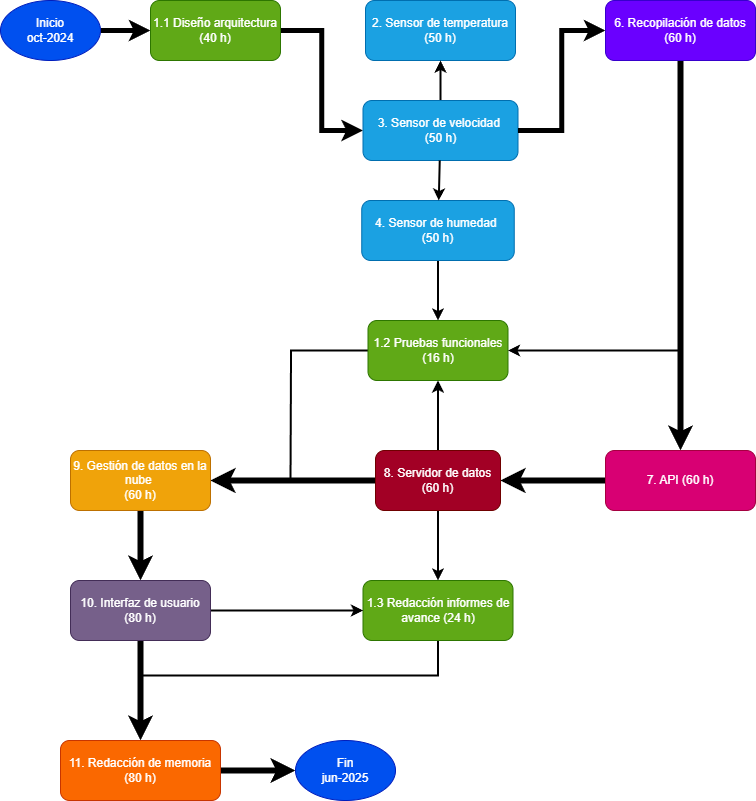
vazquez-agustin/GdP_Vazquez_Workspace keeps this draw.io diagram as Figuras/AoN_project.png. Above is the earlier version. Source tidied: cells renumbered, new cells last; positions are measured from the earlier drawing's top-left corner, leaving out a move shared by most shapes.
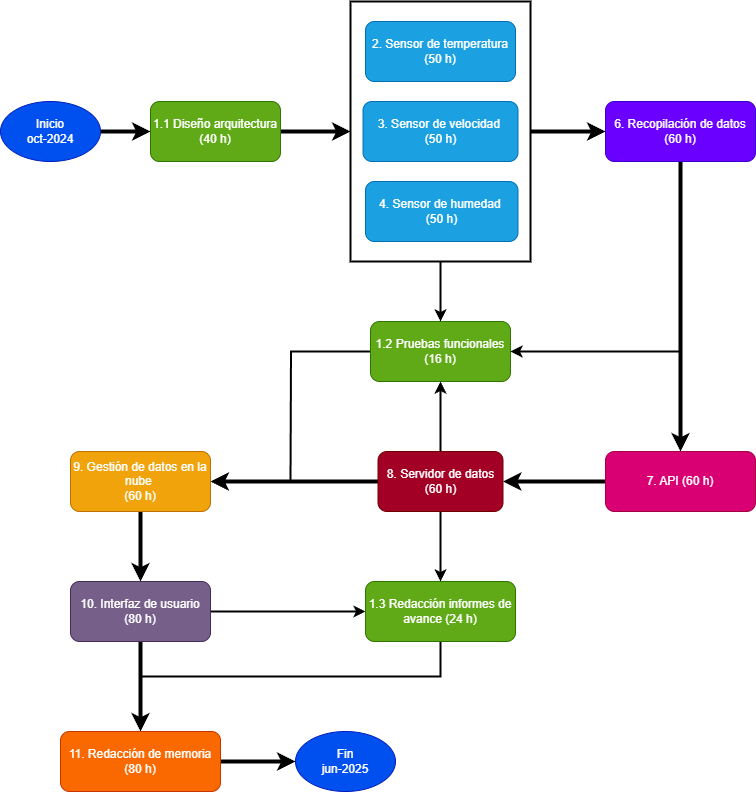
Above is the later version.

The edit, as a diff of the source:
```diff
@@ -2,17 +2,17 @@
   <root>
     <mxCell id="0" />
     <mxCell id="1" parent="0" />
-    <mxCell id="2" style="edgeStyle=orthogonalEdgeStyle;rounded=0;jettySize=auto;html=1;exitX=1;exitY=0.5;exitDx=0;exitDy=0;entryX=0;entryY=0.5;entryDx=0;entryDy=0;strokeWidth=5;" parent="1" edge="1" source="3" target="5">
+    <mxCell id="2" style="edgeStyle=orthogonalEdgeStyle;rounded=0;jettySize=auto;html=1;exitX=1;exitY=0.5;exitDx=0;exitDy=0;entryX=0;entryY=0.5;entryDx=0;entryDy=0;strokeWidth=4;" parent="1" edge="1" source="3" target="5">
       <mxGeometry relative="1" as="geometry" />
     </mxCell>
     <mxCell id="3" value="Inicio&lt;div&gt;oct-2024&lt;/div&gt;" style="ellipse;whiteSpace=wrap;html=1;fillColor=#0050ef;fontColor=#ffffff;strokeColor=#001DBC;" parent="1" vertex="1">
-      <mxGeometry width="100" height="60" as="geometry" />
+      <mxGeometry y="100" width="100" height="60" as="geometry" />
     </mxCell>
-    <mxCell id="4" style="edgeStyle=orthogonalEdgeStyle;rounded=0;jettySize=auto;html=1;exitX=1;exitY=0.5;exitDx=0;exitDy=0;entryX=0;entryY=0.5;entryDx=0;entryDy=0;strokeWidth=5;" parent="1" edge="1" source="5" target="12">
-      <mxGeometry relative="1" as="geometry" />
-    </mxCell>
+    <mxCell id="34" style="edgeStyle=orthogonalEdgeStyle;rounded=0;jettySize=auto;html=1;exitX=1;exitY=0.5;exitDx=0;exitDy=0;entryX=0;entryY=0.5;entryDx=0;entryDy=0;strokeWidth=4;" parent="1" edge="1" source="5" target="37">
+      <mxGeometry relative="1" as="geometry" />
+    </mxCell>
     <mxCell id="5" value="1.1 Diseño arquitectura (40 h)" style="rounded=1;whiteSpace=wrap;html=1;fillColor=#60a917;fontColor=#ffffff;strokeColor=#2D7600;" parent="1" vertex="1">
-      <mxGeometry x="150" width="130" height="60" as="geometry" />
+      <mxGeometry x="150" y="100" width="130" height="60" as="geometry" />
     </mxCell>
     <mxCell id="6" style="edgeStyle=orthogonalEdgeStyle;rounded=0;jettySize=auto;html=1;exitX=0;exitY=0.5;exitDx=0;exitDy=0;endArrow=baseDash;endFill=0;strokeWidth=2;" parent="1" edge="1" source="7">
       <mxGeometry relative="1" as="geometry">
@@ -20,7 +20,7 @@
       </mxGeometry>
     </mxCell>
     <mxCell id="7" value="1.2 Pruebas funcionales (16 h)" style="rounded=1;whiteSpace=wrap;html=1;fillColor=#60a917;fontColor=#ffffff;strokeColor=#2D7600;" parent="1" vertex="1">
-      <mxGeometry x="367.5" y="320" width="140" height="60" as="geometry" />
+      <mxGeometry x="370" y="320" width="140" height="60" as="geometry" />
     </mxCell>
     <mxCell id="8" style="edgeStyle=orthogonalEdgeStyle;rounded=0;jettySize=auto;html=1;exitX=0.5;exitY=1;exitDx=0;exitDy=0;endArrow=oval;endFill=1;endSize=0;strokeWidth=2;startSize=7;" parent="1" edge="1" source="9">
       <mxGeometry relative="1" as="geometry">
@@ -28,36 +28,27 @@
       </mxGeometry>
     </mxCell>
     <mxCell id="9" value="1.3 Redacción informes de avance (24 h)" style="rounded=1;whiteSpace=wrap;html=1;fillColor=#60a917;fontColor=#ffffff;strokeColor=#2D7600;" parent="1" vertex="1">
-      <mxGeometry x="362.5" y="580" width="150" height="60" as="geometry" />
+      <mxGeometry x="365" y="580" width="150" height="60" as="geometry" />
     </mxCell>
     <mxCell id="10" value="2. Sensor de temperatura (50 h)" style="rounded=1;whiteSpace=wrap;html=1;fillColor=#1ba1e2;fontColor=#ffffff;strokeColor=#006EAF;" parent="1" vertex="1">
-      <mxGeometry x="365" width="150" height="60" as="geometry" />
+      <mxGeometry x="365" y="20" width="150" height="60" as="geometry" />
     </mxCell>
-    <mxCell id="11" style="edgeStyle=orthogonalEdgeStyle;rounded=0;jettySize=auto;html=1;exitX=0.5;exitY=0;exitDx=0;exitDy=0;entryX=0.5;entryY=1;entryDx=0;entryDy=0;strokeWidth=2;" parent="1" edge="1" source="12" target="10">
-      <mxGeometry relative="1" as="geometry" />
-    </mxCell>
     <mxCell id="12" value="3. Sensor de velocidad&amp;nbsp;&lt;div&gt;(50 h)&lt;/div&gt;" style="rounded=1;whiteSpace=wrap;html=1;fillColor=#1ba1e2;fontColor=#ffffff;strokeColor=#006EAF;" parent="1" vertex="1">
       <mxGeometry x="362.5" y="100" width="155" height="60" as="geometry" />
     </mxCell>
-    <mxCell id="13" style="edgeStyle=orthogonalEdgeStyle;rounded=0;jettySize=auto;html=1;exitX=0.5;exitY=1;exitDx=0;exitDy=0;entryX=0.5;entryY=0;entryDx=0;entryDy=0;strokeWidth=2;" parent="1" edge="1" source="15" target="7">
-      <mxGeometry relative="1" as="geometry" />
-    </mxCell>
-    <mxCell id="14" style="edgeStyle=orthogonalEdgeStyle;rounded=0;jettySize=auto;html=1;exitX=1;exitY=0.5;exitDx=0;exitDy=0;entryX=0;entryY=0.5;entryDx=0;entryDy=0;strokeWidth=5;" parent="1" edge="1" source="12" target="18">
-      <mxGeometry relative="1" as="geometry" />
-    </mxCell>
     <mxCell id="15" value="4. Sensor de humedad&amp;nbsp;&lt;div&gt;(50 h)&lt;/div&gt;" style="rounded=1;whiteSpace=wrap;html=1;fillColor=#1ba1e2;fontColor=#ffffff;strokeColor=#006EAF;" parent="1" vertex="1">
-      <mxGeometry x="361.2" y="200" width="152.5" height="60" as="geometry" />
+      <mxGeometry x="365" y="180" width="152.5" height="60" as="geometry" />
     </mxCell>
-    <mxCell id="16" style="edgeStyle=orthogonalEdgeStyle;rounded=0;jettySize=auto;html=1;exitX=0.5;exitY=1;exitDx=0;exitDy=0;entryX=0.5;entryY=0;entryDx=0;entryDy=0;strokeWidth=6;" parent="1" edge="1" source="18" target="20">
+    <mxCell id="16" style="edgeStyle=orthogonalEdgeStyle;rounded=0;jettySize=auto;html=1;exitX=0.5;exitY=1;exitDx=0;exitDy=0;entryX=0.5;entryY=0;entryDx=0;entryDy=0;strokeWidth=4;" parent="1" edge="1" source="18" target="20">
       <mxGeometry relative="1" as="geometry" />
     </mxCell>
     <mxCell id="17" style="edgeStyle=orthogonalEdgeStyle;rounded=0;jettySize=auto;html=1;exitX=0.5;exitY=1;exitDx=0;exitDy=0;entryX=1;entryY=0.5;entryDx=0;entryDy=0;strokeWidth=2;" parent="1" edge="1" source="18" target="7">
       <mxGeometry relative="1" as="geometry" />
     </mxCell>
     <mxCell id="18" value="6. Recopilación de datos (60 h)" style="rounded=1;whiteSpace=wrap;html=1;fillColor=#6a00ff;fontColor=#FFFFFF;strokeColor=#3700CC;" parent="1" vertex="1">
-      <mxGeometry x="605" width="150" height="60" as="geometry" />
+      <mxGeometry x="605" y="100" width="150" height="60" as="geometry" />
     </mxCell>
-    <mxCell id="19" style="edgeStyle=orthogonalEdgeStyle;rounded=0;jettySize=auto;html=1;exitX=0;exitY=0.5;exitDx=0;exitDy=0;entryX=1;entryY=0.5;entryDx=0;entryDy=0;strokeWidth=6;" parent="1" edge="1" source="20" target="24">
+    <mxCell id="19" style="edgeStyle=orthogonalEdgeStyle;rounded=0;jettySize=auto;html=1;exitX=0;exitY=0.5;exitDx=0;exitDy=0;entryX=1;entryY=0.5;entryDx=0;entryDy=0;strokeWidth=4;" parent="1" edge="1" source="20" target="24">
       <mxGeometry relative="1" as="geometry" />
     </mxCell>
     <mxCell id="20" value="7. API (60 h)" style="rounded=1;whiteSpace=wrap;html=1;fillColor=#d80073;fontColor=#ffffff;strokeColor=#A50040;" parent="1" vertex="1">
@@ -66,16 +57,16 @@
     <mxCell id="21" style="edgeStyle=orthogonalEdgeStyle;rounded=0;jettySize=auto;html=1;exitX=0.5;exitY=0;exitDx=0;exitDy=0;entryX=0.5;entryY=1;entryDx=0;entryDy=0;strokeWidth=2;" parent="1" edge="1" source="24" target="7">
       <mxGeometry relative="1" as="geometry" />
     </mxCell>
-    <mxCell id="22" style="edgeStyle=orthogonalEdgeStyle;rounded=0;jettySize=auto;html=1;exitX=0;exitY=0.5;exitDx=0;exitDy=0;entryX=1;entryY=0.5;entryDx=0;entryDy=0;strokeWidth=6;" parent="1" edge="1" source="24" target="26">
+    <mxCell id="22" style="edgeStyle=orthogonalEdgeStyle;rounded=0;jettySize=auto;html=1;exitX=0;exitY=0.5;exitDx=0;exitDy=0;entryX=1;entryY=0.5;entryDx=0;entryDy=0;strokeWidth=4;" parent="1" edge="1" source="24" target="26">
       <mxGeometry relative="1" as="geometry" />
     </mxCell>
     <mxCell id="23" style="edgeStyle=orthogonalEdgeStyle;rounded=0;jettySize=auto;html=1;exitX=0.5;exitY=1;exitDx=0;exitDy=0;entryX=0.5;entryY=0;entryDx=0;entryDy=0;strokeWidth=2;" parent="1" edge="1" source="24" target="9">
       <mxGeometry relative="1" as="geometry" />
     </mxCell>
     <mxCell id="24" value="8. Servidor de datos (60 h)" style="rounded=1;whiteSpace=wrap;html=1;fillColor=#a20025;fontColor=#ffffff;strokeColor=#6F0000;" parent="1" vertex="1">
-      <mxGeometry x="375" y="450" width="125" height="60" as="geometry" />
+      <mxGeometry x="377.5" y="450" width="125" height="60" as="geometry" />
     </mxCell>
-    <mxCell id="25" style="edgeStyle=orthogonalEdgeStyle;rounded=0;jettySize=auto;html=1;exitX=0.5;exitY=1;exitDx=0;exitDy=0;entryX=0.5;entryY=0;entryDx=0;entryDy=0;strokeWidth=6;" parent="1" edge="1" source="26" target="29">
+    <mxCell id="25" style="edgeStyle=orthogonalEdgeStyle;rounded=0;jettySize=auto;html=1;exitX=0.5;exitY=1;exitDx=0;exitDy=0;entryX=0.5;entryY=0;entryDx=0;entryDy=0;strokeWidth=4;" parent="1" edge="1" source="26" target="29">
       <mxGeometry relative="1" as="geometry" />
     </mxCell>
     <mxCell id="26" value="9. Gestión de datos en la nube&amp;nbsp;&lt;div&gt;(60 h)&lt;/div&gt;" style="rounded=1;whiteSpace=wrap;html=1;fillColor=#f0a30a;strokeColor=#BD7000;fontColor=#FFFFFF;" parent="1" vertex="1">
@@ -84,23 +75,29 @@
     <mxCell id="27" style="edgeStyle=orthogonalEdgeStyle;rounded=0;jettySize=auto;html=1;exitX=1;exitY=0.5;exitDx=0;exitDy=0;entryX=0;entryY=0.5;entryDx=0;entryDy=0;strokeWidth=2;" parent="1" edge="1" source="29" target="9">
       <mxGeometry relative="1" as="geometry" />
     </mxCell>
-    <mxCell id="28" style="edgeStyle=orthogonalEdgeStyle;rounded=0;jettySize=auto;html=1;exitX=0.5;exitY=1;exitDx=0;exitDy=0;entryX=0.5;entryY=0;entryDx=0;entryDy=0;strokeWidth=6;" parent="1" edge="1" source="29" target="31">
+    <mxCell id="28" style="edgeStyle=orthogonalEdgeStyle;rounded=0;jettySize=auto;html=1;exitX=0.5;exitY=1;exitDx=0;exitDy=0;entryX=0.5;entryY=0;entryDx=0;entryDy=0;strokeWidth=4;" parent="1" edge="1" source="29" target="31">
       <mxGeometry relative="1" as="geometry" />
     </mxCell>
     <mxCell id="29" value="10. Interfaz de usuario (80 h)" style="rounded=1;whiteSpace=wrap;html=1;fillColor=#76608a;fontColor=#ffffff;strokeColor=#432D57;" parent="1" vertex="1">
       <mxGeometry x="70" y="580" width="140" height="60" as="geometry" />
     </mxCell>
-    <mxCell id="30" style="edgeStyle=orthogonalEdgeStyle;rounded=0;jettySize=auto;html=1;exitX=1;exitY=0.5;exitDx=0;exitDy=0;entryX=0;entryY=0.5;entryDx=0;entryDy=0;strokeWidth=6;" parent="1" edge="1" source="31" target="32">
+    <mxCell id="30" style="edgeStyle=orthogonalEdgeStyle;rounded=0;jettySize=auto;html=1;exitX=1;exitY=0.5;exitDx=0;exitDy=0;entryX=0;entryY=0.5;entryDx=0;entryDy=0;strokeWidth=4;" parent="1" edge="1" source="31" target="32">
       <mxGeometry relative="1" as="geometry" />
     </mxCell>
     <mxCell id="31" value="11. Redacción de memoria (80 h)" style="rounded=1;whiteSpace=wrap;html=1;fillColor=#fa6800;fontColor=#FFFFFF;strokeColor=#C73500;" parent="1" vertex="1">
-      <mxGeometry x="60" y="740" width="160" height="60" as="geometry" />
+      <mxGeometry x="60" y="730" width="160" height="60" as="geometry" />
     </mxCell>
     <mxCell id="32" value="Fin&lt;div&gt;jun-2025&lt;/div&gt;" style="ellipse;whiteSpace=wrap;html=1;fillColor=#0050ef;fontColor=#ffffff;strokeColor=#001DBC;" parent="1" vertex="1">
-      <mxGeometry x="295" y="740" width="100" height="60" as="geometry" />
+      <mxGeometry x="295" y="730" width="100" height="60" as="geometry" />
     </mxCell>
-    <mxCell id="33" style="strokeWidth=2;" parent="1" edge="1" source="12" target="15">
-      <mxGeometry relative="1" as="geometry" />
-    </mxCell>
+    <mxCell id="35" style="edgeStyle=orthogonalEdgeStyle;rounded=0;jettySize=auto;html=1;exitX=1;exitY=0.5;exitDx=0;exitDy=0;entryX=0;entryY=0.5;entryDx=0;entryDy=0;strokeWidth=4;" parent="1" edge="1" source="37" target="18">
+      <mxGeometry relative="1" as="geometry" />
+    </mxCell>
+    <mxCell id="36" style="edgeStyle=orthogonalEdgeStyle;rounded=0;jettySize=auto;html=1;exitX=0.5;exitY=1;exitDx=0;exitDy=0;entryX=0.5;entryY=0;entryDx=0;entryDy=0;strokeWidth=2;" parent="1" edge="1" source="37" target="7">
+      <mxGeometry relative="1" as="geometry" />
+    </mxCell>
+    <mxCell id="37" style="rounded=0;whiteSpace=wrap;html=1;fillColor=none;strokeWidth=2;" parent="1" vertex="1">
+      <mxGeometry x="350" width="180" height="260" as="geometry" />
+    </mxCell>
   </root>
 </mxGraphModel>
```
